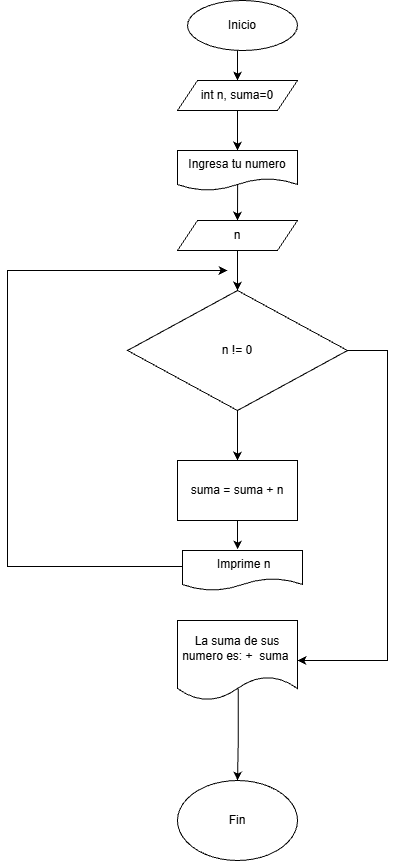
The draw.io diagram Ejercicios_while/Flujogramas/Flujograma Ejercicio2.drawio.png in juanjo-guerra/FDP_Tarea, before a commit. Source tidied: cells renumbered, new cells last; positions are measured from the earlier drawing's top-left corner, leaving out a move shared by most shapes.
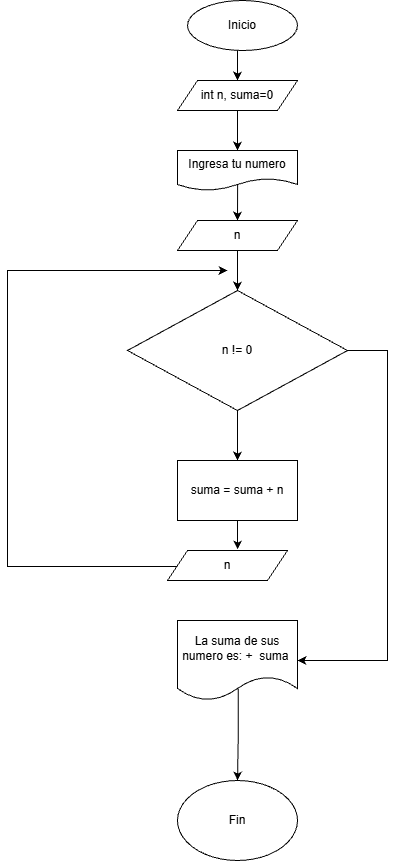
The same file after the commit.

The edit, as a diff of the source:
```diff
@@ -48,20 +48,20 @@
     <mxCell id="13" value="suma = suma + n" style="rounded=0;whiteSpace=wrap;html=1;" parent="1" vertex="1">
       <mxGeometry x="170" y="460" width="120" height="60" as="geometry" />
     </mxCell>
-    <mxCell id="14" value="&amp;nbsp;Imprime n" style="shape=document;whiteSpace=wrap;html=1;boundedLbl=1;" parent="1" vertex="1">
-      <mxGeometry x="175" y="550" width="120" height="40" as="geometry" />
-    </mxCell>
     <mxCell id="15" style="edgeStyle=orthogonalEdgeStyle;rounded=0;jettySize=auto;html=1;entryX=0.5;entryY=0;entryDx=0;entryDy=0;exitX=0.506;exitY=0.857;exitDx=0;exitDy=0;exitPerimeter=0;" parent="1" edge="1" source="16" target="19">
       <mxGeometry relative="1" as="geometry" />
     </mxCell>
     <mxCell id="16" value="La suma de sus numero es: +&amp;nbsp; suma&amp;nbsp;" style="shape=document;whiteSpace=wrap;html=1;boundedLbl=1;" parent="1" vertex="1">
       <mxGeometry x="170" y="620" width="120" height="80" as="geometry" />
     </mxCell>
-    <mxCell id="17" style="edgeStyle=orthogonalEdgeStyle;rounded=0;jettySize=auto;html=1;entryX=0.459;entryY=-0.025;entryDx=0;entryDy=0;entryPerimeter=0;" parent="1" edge="1" source="13" target="14">
-      <mxGeometry relative="1" as="geometry" />
+    <mxCell id="17" style="edgeStyle=orthogonalEdgeStyle;rounded=0;jettySize=auto;html=1;entryX=0.459;entryY=-0.025;entryDx=0;entryDy=0;entryPerimeter=0;" parent="1" edge="1" source="13">
+      <mxGeometry relative="1" as="geometry">
+        <mxPoint x="230.1" y="549" as="targetPoint" />
+      </mxGeometry>
     </mxCell>
-    <mxCell id="18" style="endArrow=classic;html=1;rounded=0;exitX=0.001;exitY=0.397;exitDx=0;exitDy=0;exitPerimeter=0;" parent="1" edge="1" source="14">
+    <mxCell id="18" style="endArrow=classic;html=1;rounded=0;exitX=0.001;exitY=0.397;exitDx=0;exitDy=0;exitPerimeter=0;" parent="1" edge="1">
       <mxGeometry relative="1" as="geometry">
+        <mxPoint x="175.1" y="565.9" as="sourcePoint" />
         <mxPoint x="220" y="270" as="targetPoint" />
         <Array as="points">
           <mxPoint y="566" />
@@ -72,5 +72,8 @@
     <mxCell id="19" value="Fin" style="ellipse;whiteSpace=wrap;html=1;" parent="1" vertex="1">
       <mxGeometry x="170" y="780" width="120" height="80" as="geometry" />
     </mxCell>
+    <mxCell id="20" value="n" style="shape=parallelogram;perimeter=parallelogramPerimeter;whiteSpace=wrap;html=1;fixedSize=1;" parent="1" vertex="1">
+      <mxGeometry x="160" y="550" width="120" height="30" as="geometry" />
+    </mxCell>
   </root>
 </mxGraphModel>
```
